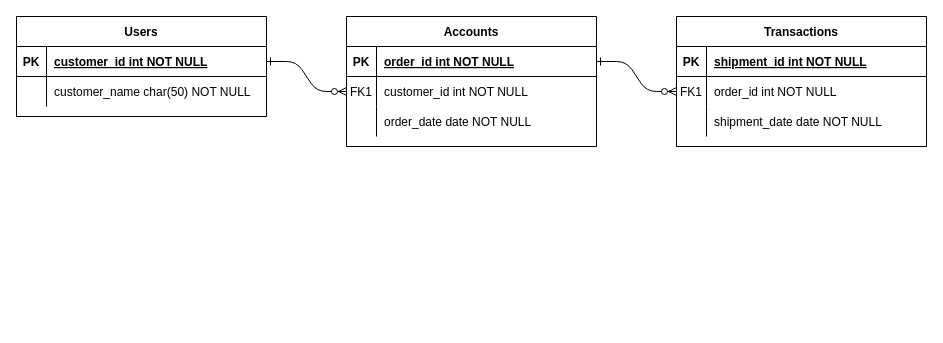
This is diagrams/Untitled Diagram.drawio from robertojrodriguez21/finance-tracker, a draw.io file, before an edit. Source tidied: cells renumbered, new cells numbered last; positions are measured from the earlier drawing's top-left corner, leaving out a move shared by most shapes. Both pictures are drawn from the tidied source at 100%, with x=0, y=0 at pixel (16, 16).
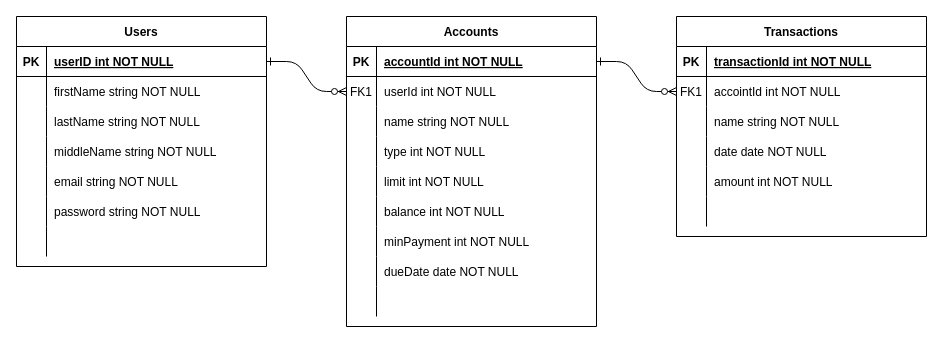
The same page after the edit.

Unchanged cells that the change refers to:
```xml
<mxCell id="5" style="shape=partialRectangle;fillColor=none;points=[[0,0.5],[1,0.5]];portConstraint=eastwest;top=0;left=0;right=0;bottom=1;" parent="4" vertex="1">
  <mxGeometry y="30" width="250" height="30" as="geometry" />
</mxCell>
<mxCell id="8" style="shape=partialRectangle;fillColor=none;points=[[0,0.5],[1,0.5]];portConstraint=eastwest;top=0;left=0;right=0;bottom=0;" parent="4" vertex="1">
  <mxGeometry y="60" width="250" height="30" as="geometry" />
</mxCell>
<mxCell id="11" style="shape=partialRectangle;fillColor=none;top=0;left=0;right=0;bottom=0;" parent="4" vertex="1">
  <mxGeometry y="90" width="250" height="30" as="geometry" />
</mxCell>
<mxCell id="15" style="shape=partialRectangle;fillColor=none;top=0;left=0;right=0;bottom=1;" parent="14" vertex="1">
  <mxGeometry y="30" width="250" height="30" as="geometry" />
</mxCell>
<mxCell id="18" style="shape=partialRectangle;fillColor=none;points=[[0,0.5],[1,0.5]];portConstraint=eastwest;top=0;left=0;right=0;bottom=0;" parent="14" vertex="1">
  <mxGeometry y="60" width="250" height="30" as="geometry" />
</mxCell>
<mxCell id="21" style="shape=partialRectangle;fillColor=none;top=0;left=0;right=0;bottom=0;" parent="14" vertex="1">
  <mxGeometry y="90" width="250" height="30" as="geometry" />
</mxCell>
<mxCell id="25" style="shape=partialRectangle;fillColor=none;points=[[0,0.5],[1,0.5]];portConstraint=eastwest;top=0;left=0;right=0;bottom=1;" parent="24" vertex="1">
  <mxGeometry y="30" width="250" height="30" as="geometry" />
</mxCell>
<mxCell id="28" style="shape=partialRectangle;fillColor=none;top=0;left=0;right=0;bottom=0;" parent="24" vertex="1">
  <mxGeometry y="60" width="250" height="30" as="geometry" />
</mxCell>
```

The edit, as a diff of the source:
```diff
@@
     <mxCell id="4" value="Accounts" style="shape=table;startSize=30;childLayout=tableLayout;rowLines=0;fontStyle=1;align=center;" parent="1" vertex="1">
-      <mxGeometry x="330" width="250" height="130" as="geometry" />
+      <mxGeometry x="330" width="250" height="310" as="geometry" />
     </mxCell>
@@
-    <mxCell id="7" value="order_id int NOT NULL " style="shape=partialRectangle;overflow=hidden;fillColor=none;top=0;left=0;bottom=0;right=0;align=left;spacingLeft=6;fontStyle=5;" parent="5" vertex="1">
+    <mxCell id="7" value="accountId int NOT NULL " style="shape=partialRectangle;overflow=hidden;fillColor=none;top=0;left=0;bottom=0;right=0;align=left;spacingLeft=6;fontStyle=5;" parent="5" vertex="1">
       <mxGeometry x="30" width="220" height="30" as="geometry" />
     </mxCell>
@@
-    <mxCell id="10" value="customer_id int NOT NULL" style="shape=partialRectangle;overflow=hidden;fillColor=none;top=0;left=0;bottom=0;right=0;align=left;spacingLeft=6;" parent="8" vertex="1">
+    <mxCell id="10" value="userId int NOT NULL" style="shape=partialRectangle;overflow=hidden;fillColor=none;top=0;left=0;bottom=0;right=0;align=left;spacingLeft=6;" parent="8" vertex="1">
       <mxGeometry x="30" width="220" height="30" as="geometry" />
     </mxCell>
@@
-    <mxCell id="13" value="order_date date NOT NULL" style="shape=partialRectangle;overflow=hidden;fillColor=none;top=0;left=0;bottom=0;right=0;align=left;spacingLeft=6;" parent="11" vertex="1">
+    <mxCell id="13" value="name string NOT NULL" style="shape=partialRectangle;overflow=hidden;fillColor=none;top=0;left=0;bottom=0;right=0;align=left;spacingLeft=6;" parent="11" vertex="1">
       <mxGeometry x="30" width="220" height="30" as="geometry" />
     </mxCell>
+    <mxCell id="31" style="shape=partialRectangle;fillColor=none;top=0;left=0;right=0;bottom=0;" parent="4" vertex="1">
+      <mxGeometry y="120" width="250" height="30" as="geometry" />
+    </mxCell>
+    <mxCell id="32" style="shape=partialRectangle;overflow=hidden;fillColor=none;top=0;left=0;bottom=0;right=0;" parent="31" vertex="1">
+      <mxGeometry width="30" height="30" as="geometry" />
+    </mxCell>
+    <mxCell id="33" value="type int NOT NULL" style="shape=partialRectangle;overflow=hidden;fillColor=none;top=0;left=0;bottom=0;right=0;align=left;spacingLeft=6;" parent="31" vertex="1">
+      <mxGeometry x="30" width="220" height="30" as="geometry" />
+    </mxCell>
+    <mxCell id="34" style="shape=partialRectangle;fillColor=none;top=0;left=0;right=0;bottom=0;" parent="4" vertex="1">
+      <mxGeometry y="150" width="250" height="30" as="geometry" />
+    </mxCell>
+    <mxCell id="35" style="shape=partialRectangle;overflow=hidden;fillColor=none;top=0;left=0;bottom=0;right=0;" parent="34" vertex="1">
+      <mxGeometry width="30" height="30" as="geometry" />
+    </mxCell>
+    <mxCell id="36" value="limit int NOT NULL" style="shape=partialRectangle;overflow=hidden;fillColor=none;top=0;left=0;bottom=0;right=0;align=left;spacingLeft=6;" parent="34" vertex="1">
+      <mxGeometry x="30" width="220" height="30" as="geometry" />
+    </mxCell>
+    <mxCell id="37" style="shape=partialRectangle;fillColor=none;top=0;left=0;right=0;bottom=0;" parent="4" vertex="1">
+      <mxGeometry y="180" width="250" height="30" as="geometry" />
+    </mxCell>
+    <mxCell id="38" style="shape=partialRectangle;overflow=hidden;fillColor=none;top=0;left=0;bottom=0;right=0;" parent="37" vertex="1">
+      <mxGeometry width="30" height="30" as="geometry" />
+    </mxCell>
+    <mxCell id="39" value="balance int NOT NULL" style="shape=partialRectangle;overflow=hidden;fillColor=none;top=0;left=0;bottom=0;right=0;align=left;spacingLeft=6;" parent="37" vertex="1">
+      <mxGeometry x="30" width="220" height="30" as="geometry" />
+    </mxCell>
+    <mxCell id="40" style="shape=partialRectangle;fillColor=none;top=0;left=0;right=0;bottom=0;" parent="4" vertex="1">
+      <mxGeometry y="210" width="250" height="30" as="geometry" />
+    </mxCell>
+    <mxCell id="41" style="shape=partialRectangle;overflow=hidden;fillColor=none;top=0;left=0;bottom=0;right=0;" parent="40" vertex="1">
+      <mxGeometry width="30" height="30" as="geometry" />
+    </mxCell>
+    <mxCell id="42" value="minPayment int NOT NULL" style="shape=partialRectangle;overflow=hidden;fillColor=none;top=0;left=0;bottom=0;right=0;align=left;spacingLeft=6;" parent="40" vertex="1">
+      <mxGeometry x="30" width="220" height="30" as="geometry" />
+    </mxCell>
+    <mxCell id="43" style="shape=partialRectangle;fillColor=none;top=0;left=0;right=0;bottom=0;" parent="4" vertex="1">
+      <mxGeometry y="240" width="250" height="30" as="geometry" />
+    </mxCell>
+    <mxCell id="44" style="shape=partialRectangle;overflow=hidden;fillColor=none;top=0;left=0;bottom=0;right=0;" parent="43" vertex="1">
+      <mxGeometry width="30" height="30" as="geometry" />
+    </mxCell>
+    <mxCell id="45" value="dueDate date NOT NULL" style="shape=partialRectangle;overflow=hidden;fillColor=none;top=0;left=0;bottom=0;right=0;align=left;spacingLeft=6;" parent="43" vertex="1">
+      <mxGeometry x="30" width="220" height="30" as="geometry" />
+    </mxCell>
+    <mxCell id="46" style="shape=partialRectangle;fillColor=none;top=0;left=0;right=0;bottom=0;" parent="4" vertex="1">
+      <mxGeometry y="270" width="250" height="30" as="geometry" />
+    </mxCell>
+    <mxCell id="47" style="shape=partialRectangle;overflow=hidden;fillColor=none;top=0;left=0;bottom=0;right=0;" parent="46" vertex="1">
+      <mxGeometry width="30" height="30" as="geometry" />
+    </mxCell>
+    <mxCell id="48" style="shape=partialRectangle;overflow=hidden;fillColor=none;top=0;left=0;bottom=0;right=0;align=left;spacingLeft=6;" parent="46" vertex="1">
+      <mxGeometry x="30" width="220" height="30" as="geometry" />
+    </mxCell>
     <mxCell id="14" value="Transactions" style="shape=table;startSize=30;childLayout=tableLayout;rowLines=0;fontStyle=1;align=center;" parent="1" vertex="1">
-      <mxGeometry x="660" width="250" height="130" as="geometry" />
+      <mxGeometry x="660" width="250" height="220" as="geometry" />
     </mxCell>
@@
-    <mxCell id="17" value="shipment_id int NOT NULL " style="shape=partialRectangle;overflow=hidden;fillColor=none;top=0;left=0;bottom=0;right=0;align=left;spacingLeft=6;fontStyle=5;" parent="15" vertex="1">
+    <mxCell id="17" value="transactionId int NOT NULL " style="shape=partialRectangle;overflow=hidden;fillColor=none;top=0;left=0;bottom=0;right=0;align=left;spacingLeft=6;fontStyle=5;" parent="15" vertex="1">
       <mxGeometry x="30" width="220" height="30" as="geometry" />
     </mxCell>
@@
-    <mxCell id="20" value="order_id int NOT NULL" style="shape=partialRectangle;overflow=hidden;fillColor=none;top=0;left=0;bottom=0;right=0;align=left;spacingLeft=6;" parent="18" vertex="1">
+    <mxCell id="20" value="accointId int NOT NULL" style="shape=partialRectangle;overflow=hidden;fillColor=none;top=0;left=0;bottom=0;right=0;align=left;spacingLeft=6;" parent="18" vertex="1">
       <mxGeometry x="30" width="220" height="30" as="geometry" />
     </mxCell>
@@
-    <mxCell id="23" value="shipment_date date NOT NULL" style="shape=partialRectangle;overflow=hidden;fillColor=none;top=0;left=0;bottom=0;right=0;align=left;spacingLeft=6;" parent="21" vertex="1">
+    <mxCell id="23" value="name string NOT NULL" style="shape=partialRectangle;overflow=hidden;fillColor=none;top=0;left=0;bottom=0;right=0;align=left;spacingLeft=6;" parent="21" vertex="1">
       <mxGeometry x="30" width="220" height="30" as="geometry" />
     </mxCell>
+    <mxCell id="49" style="shape=partialRectangle;fillColor=none;top=0;left=0;right=0;bottom=0;" parent="14" vertex="1">
+      <mxGeometry y="120" width="250" height="30" as="geometry" />
+    </mxCell>
+    <mxCell id="50" style="shape=partialRectangle;overflow=hidden;fillColor=none;top=0;left=0;bottom=0;right=0;" parent="49" vertex="1">
+      <mxGeometry width="30" height="30" as="geometry" />
+    </mxCell>
+    <mxCell id="51" value="date date NOT NULL" style="shape=partialRectangle;overflow=hidden;fillColor=none;top=0;left=0;bottom=0;right=0;align=left;spacingLeft=6;" parent="49" vertex="1">
+      <mxGeometry x="30" width="220" height="30" as="geometry" />
+    </mxCell>
+    <mxCell id="52" style="shape=partialRectangle;fillColor=none;top=0;left=0;right=0;bottom=0;" parent="14" vertex="1">
+      <mxGeometry y="150" width="250" height="30" as="geometry" />
+    </mxCell>
+    <mxCell id="53" style="shape=partialRectangle;overflow=hidden;fillColor=none;top=0;left=0;bottom=0;right=0;" parent="52" vertex="1">
+      <mxGeometry width="30" height="30" as="geometry" />
+    </mxCell>
+    <mxCell id="54" value="amount int NOT NULL" style="shape=partialRectangle;overflow=hidden;fillColor=none;top=0;left=0;bottom=0;right=0;align=left;spacingLeft=6;" parent="52" vertex="1">
+      <mxGeometry x="30" width="220" height="30" as="geometry" />
+    </mxCell>
+    <mxCell id="55" style="shape=partialRectangle;fillColor=none;top=0;left=0;right=0;bottom=0;" parent="14" vertex="1">
+      <mxGeometry y="180" width="250" height="30" as="geometry" />
+    </mxCell>
+    <mxCell id="56" style="shape=partialRectangle;overflow=hidden;fillColor=none;top=0;left=0;bottom=0;right=0;" parent="55" vertex="1">
+      <mxGeometry width="30" height="30" as="geometry" />
+    </mxCell>
+    <mxCell id="57" style="shape=partialRectangle;overflow=hidden;fillColor=none;top=0;left=0;bottom=0;right=0;align=left;spacingLeft=6;" parent="55" vertex="1">
+      <mxGeometry x="30" width="220" height="30" as="geometry" />
+    </mxCell>
     <mxCell id="24" value="Users" style="shape=table;startSize=30;childLayout=tableLayout;rowLines=0;fontStyle=1;align=center;" parent="1" vertex="1">
-      <mxGeometry width="250" height="100" as="geometry" />
+      <mxGeometry width="250" height="250" as="geometry" />
     </mxCell>
@@
-    <mxCell id="27" value="customer_id int NOT NULL " style="shape=partialRectangle;overflow=hidden;fillColor=none;top=0;left=0;bottom=0;right=0;align=left;spacingLeft=6;fontStyle=5;" parent="25" vertex="1">
+    <mxCell id="27" value="userID int NOT NULL " style="shape=partialRectangle;overflow=hidden;fillColor=none;top=0;left=0;bottom=0;right=0;align=left;spacingLeft=6;fontStyle=5;" parent="25" vertex="1">
       <mxGeometry x="30" width="220" height="30" as="geometry" />
     </mxCell>
@@
-    <mxCell id="30" value="customer_name char(50) NOT NULL" style="shape=partialRectangle;overflow=hidden;fillColor=none;top=0;left=0;bottom=0;right=0;align=left;spacingLeft=6;" parent="28" vertex="1">
+    <mxCell id="30" value="firstName string NOT NULL" style="shape=partialRectangle;overflow=hidden;fillColor=none;top=0;left=0;bottom=0;right=0;align=left;spacingLeft=6;" parent="28" vertex="1">
       <mxGeometry x="30" width="220" height="30" as="geometry" />
     </mxCell>
+    <mxCell id="58" style="shape=partialRectangle;fillColor=none;top=0;left=0;right=0;bottom=0;" parent="24" vertex="1">
+      <mxGeometry y="90" width="250" height="30" as="geometry" />
+    </mxCell>
+    <mxCell id="59" style="shape=partialRectangle;overflow=hidden;fillColor=none;top=0;left=0;bottom=0;right=0;" parent="58" vertex="1">
+      <mxGeometry width="30" height="30" as="geometry" />
+    </mxCell>
+    <mxCell id="60" value="lastName string NOT NULL" style="shape=partialRectangle;overflow=hidden;fillColor=none;top=0;left=0;bottom=0;right=0;align=left;spacingLeft=6;" parent="58" vertex="1">
+      <mxGeometry x="30" width="220" height="30" as="geometry" />
+    </mxCell>
+    <mxCell id="61" style="shape=partialRectangle;fillColor=none;top=0;left=0;right=0;bottom=0;" parent="24" vertex="1">
+      <mxGeometry y="120" width="250" height="30" as="geometry" />
+    </mxCell>
+    <mxCell id="62" style="shape=partialRectangle;overflow=hidden;fillColor=none;top=0;left=0;bottom=0;right=0;" parent="61" vertex="1">
+      <mxGeometry width="30" height="30" as="geometry" />
+    </mxCell>
+    <mxCell id="63" value="middleName string NOT NULL" style="shape=partialRectangle;overflow=hidden;fillColor=none;top=0;left=0;bottom=0;right=0;align=left;spacingLeft=6;" parent="61" vertex="1">
+      <mxGeometry x="30" width="220" height="30" as="geometry" />
+    </mxCell>
+    <mxCell id="64" style="shape=partialRectangle;fillColor=none;top=0;left=0;right=0;bottom=0;" parent="24" vertex="1">
+      <mxGeometry y="150" width="250" height="30" as="geometry" />
+    </mxCell>
+    <mxCell id="65" style="shape=partialRectangle;overflow=hidden;fillColor=none;top=0;left=0;bottom=0;right=0;" parent="64" vertex="1">
+      <mxGeometry width="30" height="30" as="geometry" />
+    </mxCell>
+    <mxCell id="66" value="email string NOT NULL" style="shape=partialRectangle;overflow=hidden;fillColor=none;top=0;left=0;bottom=0;right=0;align=left;spacingLeft=6;" parent="64" vertex="1">
+      <mxGeometry x="30" width="220" height="30" as="geometry" />
+    </mxCell>
+    <mxCell id="67" style="shape=partialRectangle;fillColor=none;top=0;left=0;right=0;bottom=0;" parent="24" vertex="1">
+      <mxGeometry y="180" width="250" height="30" as="geometry" />
+    </mxCell>
+    <mxCell id="68" style="shape=partialRectangle;overflow=hidden;fillColor=none;top=0;left=0;bottom=0;right=0;" parent="67" vertex="1">
+      <mxGeometry width="30" height="30" as="geometry" />
+    </mxCell>
+    <mxCell id="69" value="password string NOT NULL" style="shape=partialRectangle;overflow=hidden;fillColor=none;top=0;left=0;bottom=0;right=0;align=left;spacingLeft=6;" parent="67" vertex="1">
+      <mxGeometry x="30" width="220" height="30" as="geometry" />
+    </mxCell>
+    <mxCell id="70" style="shape=partialRectangle;fillColor=none;top=0;left=0;right=0;bottom=0;" parent="24" vertex="1">
+      <mxGeometry y="210" width="250" height="30" as="geometry" />
+    </mxCell>
+    <mxCell id="71" style="shape=partialRectangle;overflow=hidden;fillColor=none;top=0;left=0;bottom=0;right=0;" parent="70" vertex="1">
+      <mxGeometry width="30" height="30" as="geometry" />
+    </mxCell>
+    <mxCell id="72" style="shape=partialRectangle;overflow=hidden;fillColor=none;top=0;left=0;bottom=0;right=0;align=left;spacingLeft=6;" parent="70" vertex="1">
+      <mxGeometry x="30" width="220" height="30" as="geometry" />
+    </mxCell>
```
